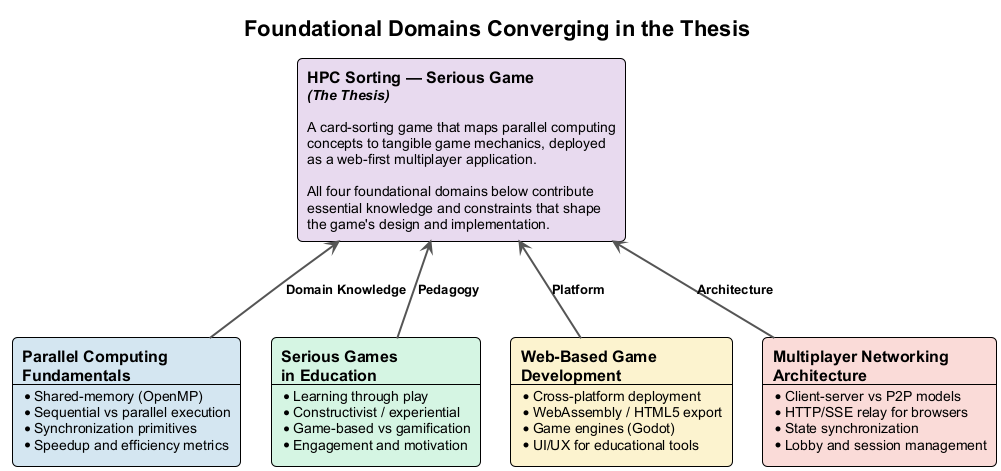
The PlantUML diagram figures/diagrams/background-concept-overview.png in Siponek/HPC-thesis, before a commit. Source of this version:
```plantuml
@startuml background-concept-overview
!theme plain
skinparam backgroundColor white
skinparam defaultFontName Arial
skinparam nodesep 30
skinparam ranksep 80
skinparam ArrowColor #555555
skinparam ArrowThickness 2
skinparam roundcorner 10

title Foundational Domains Converging in the Thesis

rectangle "=== **HPC Sorting — Serious Game**\n//**(The Thesis)**//\n\nA card-sorting game that maps parallel computing\nconcepts to tangible game mechanics, deployed\nas a web-first multiplayer application.\n\nAll four foundational domains below contribute\nessential knowledge and constraints that shape\nthe game's design and implementation." as THESIS #E8DAEF

together {
    rectangle "=== **Parallel Computing**\n=== **Fundamentals**\n----\n* Shared-memory (OpenMP)\n* Sequential vs parallel execution\n* Synchronization primitives\n* Speedup and efficiency metrics" as HPC #D4E6F1

    rectangle "=== **Serious Games**\n=== **in Education**\n----\n* Learning through play\n* Constructivist / experiential\n* Game-based vs gamification\n* Engagement and motivation" as SG #D5F5E3

    rectangle "=== **Web-Based Game**\n=== **Development**\n----\n* Cross-platform deployment\n* WebAssembly / HTML5 export\n* Game engines (Godot)\n* UI/UX for educational tools" as WEB #FCF3CF

    rectangle "=== **Multiplayer Networking**\n=== **Architecture**\n----\n* Client-server vs P2P models\n* HTTP/SSE relay for browsers\n* State synchronization\n* Lobby and session management" as NET #FADBD8
}

HPC -up-> THESIS : **Domain Knowledge**
SG -up-> THESIS : **Pedagogy**
WEB -up-> THESIS : **Platform**
NET -up-> THESIS : **Architecture**

@enduml
```
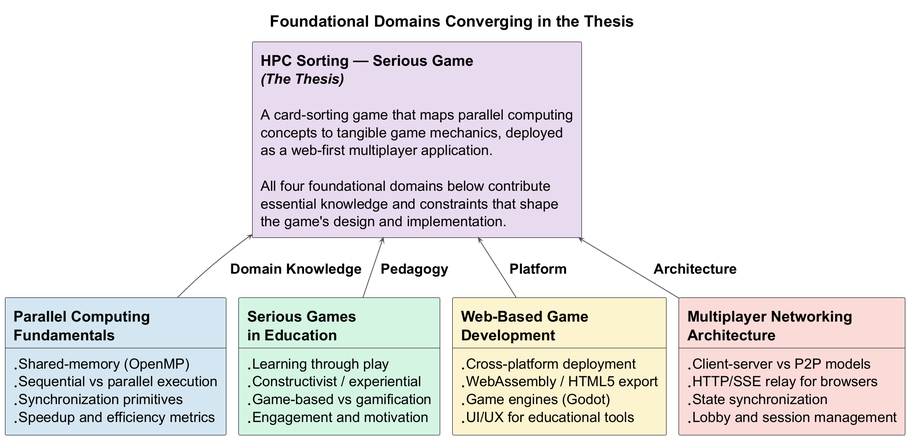
After the change.

Diff of the diagram source:
```diff
@@ -1,12 +1,10 @@
 @startuml background-concept-overview
 !theme plain
-skinparam backgroundColor white
-skinparam defaultFontName Arial
+!include ../shared/theme.puml
+
 skinparam nodesep 30
 skinparam ranksep 80
-skinparam ArrowColor #555555
-skinparam ArrowThickness 2
-skinparam roundcorner 10
+
 
 title Foundational Domains Converging in the Thesis
 
```
